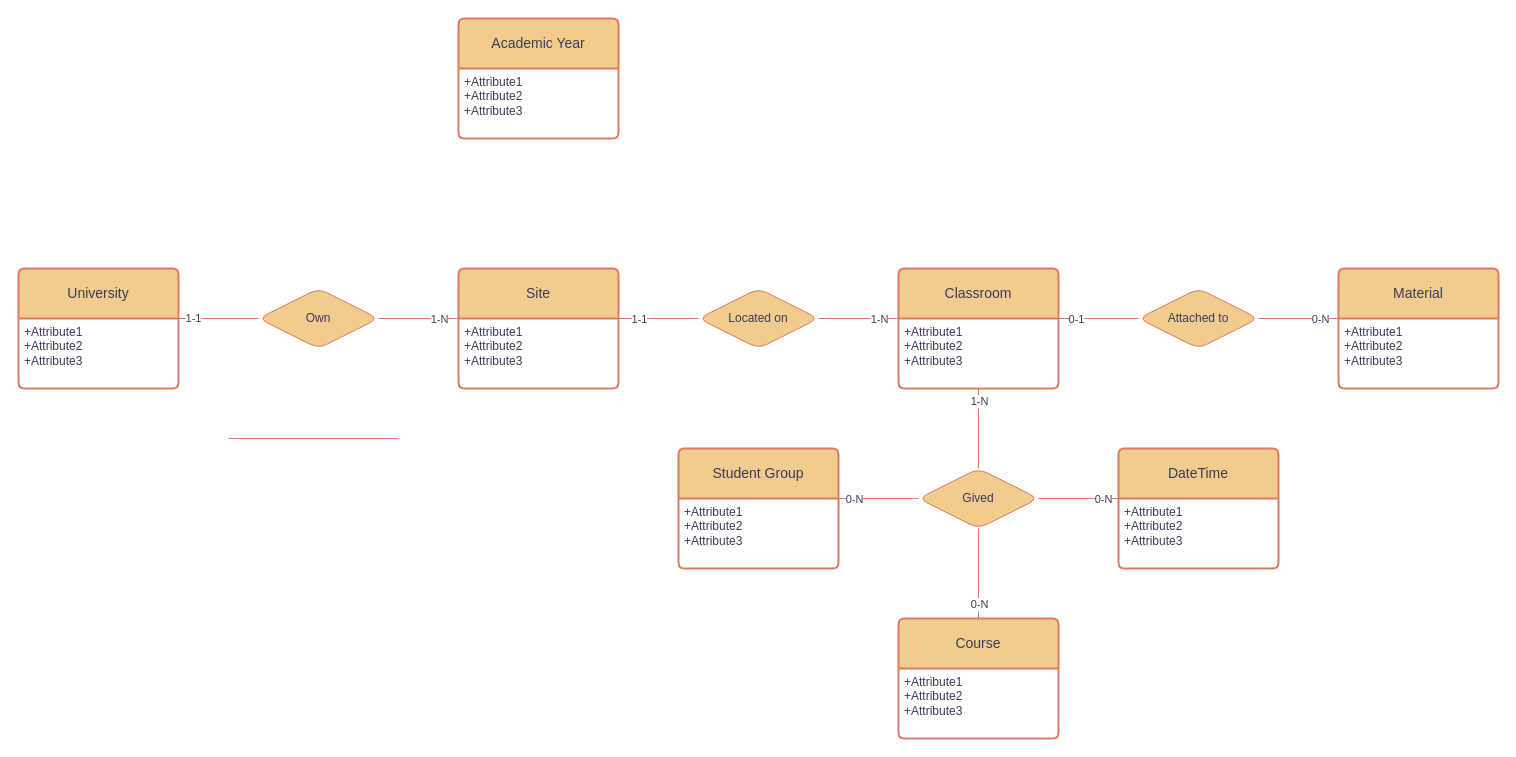
Earlier version of the draw.io diagram EA_Diagram.drawio (fratjo/Calempus360). Source tidied: cells renumbered, new cells numbered last; positions are measured from the earlier drawing's top-left corner, leaving out a move shared by most shapes. Both pictures are drawn from the tidied source at 100%, with x=0, y=0 at pixel (18, 18).
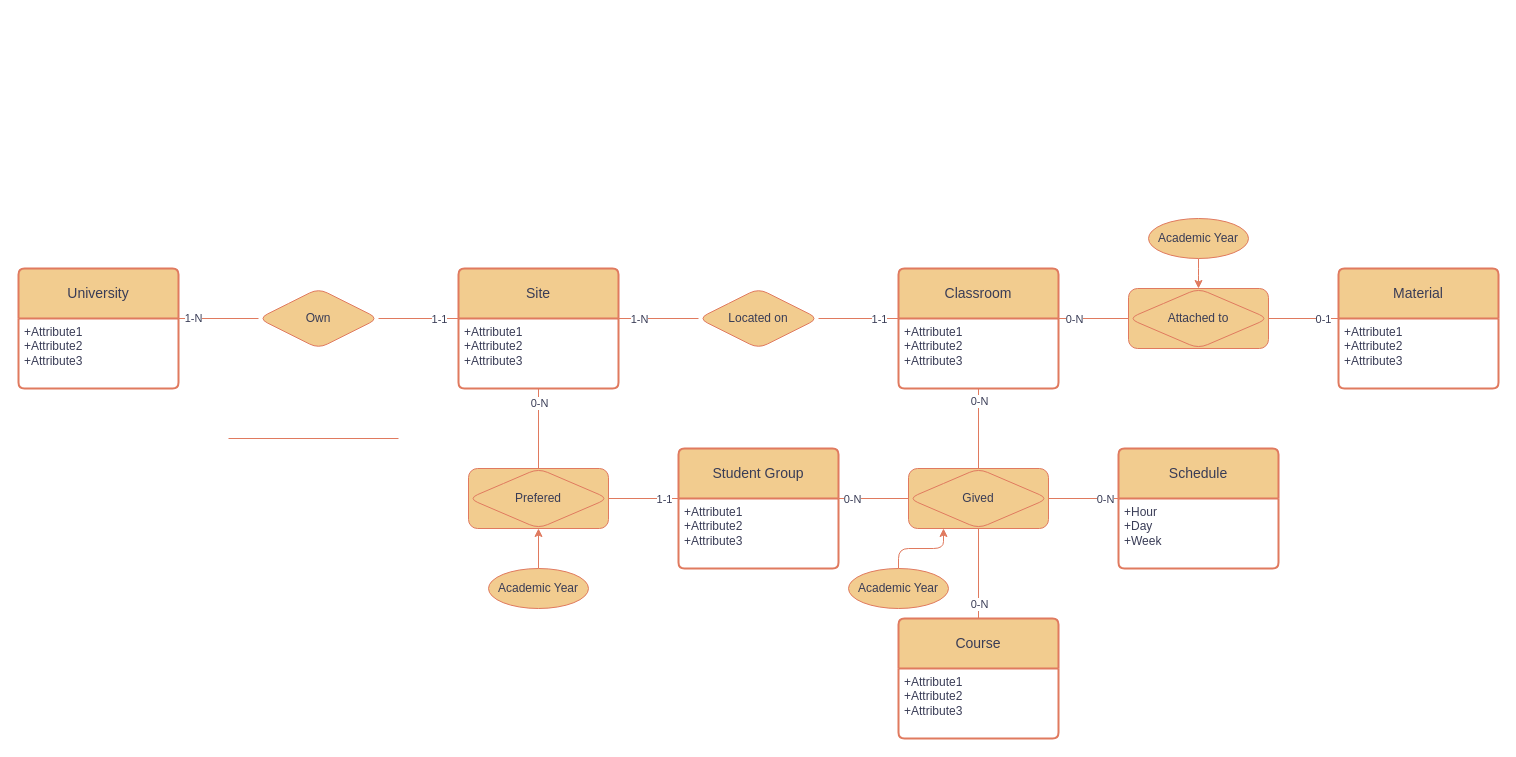
After the change.

Commit message:
Added Acad Year

The change refers to these unchanged cells:
```xml
<mxCell id="6" value="+Attribute1&#10;+Attribute2&#10;+Attribute3" style="align=left;strokeColor=none;fillColor=none;spacingLeft=4;fontSize=12;verticalAlign=top;html=1;labelBackgroundColor=none;fontColor=#393C56;rounded=1;" parent="5" vertex="1">
  <mxGeometry y="50" width="160" height="70" as="geometry" />
</mxCell>
<mxCell id="10" value="+Attribute1&#10;+Attribute2&#10;+Attribute3" style="align=left;strokeColor=none;fillColor=none;spacingLeft=4;fontSize=12;verticalAlign=top;html=1;labelBackgroundColor=none;fontColor=#393C56;rounded=1;" parent="9" vertex="1">
  <mxGeometry y="50" width="160" height="70" as="geometry" />
</mxCell>
<mxCell id="21" style="endArrow=none;html=1;rounded=0;strokeColor=#E07A5F;fontColor=#393C56;fillColor=#F2CC8F;exitX=0;exitY=0.5;exitDx=0;exitDy=0;entryX=1;entryY=0;entryDx=0;entryDy=0;" parent="1" edge="1" source="2" target="4">
  <mxGeometry relative="1" as="geometry" />
</mxCell>
<mxCell id="23" style="endArrow=none;html=1;rounded=0;strokeColor=#E07A5F;fontColor=#393C56;fillColor=#F2CC8F;exitX=1;exitY=0.5;exitDx=0;exitDy=0;entryX=0;entryY=0;entryDx=0;entryDy=0;" parent="1" edge="1" source="2" target="6">
  <mxGeometry relative="1" as="geometry" />
</mxCell>
<mxCell id="27" style="endArrow=none;html=1;rounded=0;strokeColor=#E07A5F;fontColor=#393C56;fillColor=#F2CC8F;exitX=1;exitY=0.5;exitDx=0;exitDy=0;entryX=0;entryY=0;entryDx=0;entryDy=0;" parent="1" edge="1" source="19" target="12">
  <mxGeometry relative="1" as="geometry" />
</mxCell>
<mxCell id="29" style="endArrow=none;html=1;rounded=0;strokeColor=#E07A5F;fontColor=#393C56;fillColor=#F2CC8F;exitX=0;exitY=0.5;exitDx=0;exitDy=0;entryX=1;entryY=0;entryDx=0;entryDy=0;" parent="1" edge="1" source="19" target="8">
  <mxGeometry relative="1" as="geometry" />
</mxCell>
<mxCell id="31" style="endArrow=none;html=1;rounded=0;strokeColor=#E07A5F;fontColor=#393C56;fillColor=#F2CC8F;exitX=1;exitY=0.5;exitDx=0;exitDy=0;entryX=0;entryY=0;entryDx=0;entryDy=0;" parent="1" edge="1" source="17" target="8">
  <mxGeometry relative="1" as="geometry" />
</mxCell>
<mxCell id="33" style="endArrow=none;html=1;rounded=0;strokeColor=#E07A5F;fontColor=#393C56;fillColor=#F2CC8F;exitX=0;exitY=0.5;exitDx=0;exitDy=0;entryX=1;entryY=0;entryDx=0;entryDy=0;" parent="1" edge="1" source="17" target="6">
  <mxGeometry relative="1" as="geometry" />
</mxCell>
<mxCell id="41" style="endArrow=none;html=1;rounded=0;strokeColor=#E07A5F;fontColor=#393C56;fillColor=#F2CC8F;entryX=0.5;entryY=0;entryDx=0;entryDy=0;exitX=0.5;exitY=1;exitDx=0;exitDy=0;" parent="1" edge="1" source="8" target="18">
  <mxGeometry relative="1" as="geometry" />
</mxCell>
```

Diff of the diagram source:
```diff
@@
-    <mxCell id="15" value="Academic Year" style="swimlane;horizontal=1;startSize=50;rounded=1;fontSize=14;fontStyle=0;strokeWidth=2;shadow=0;dashed=0;align=center;arcSize=4;whiteSpace=wrap;html=1;labelBackgroundColor=none;fillColor=#F2CC8F;strokeColor=#E07A5F;fontColor=#393C56;" parent="1" vertex="1">
-      <mxGeometry x="440" width="160" height="120" as="geometry" />
-    </mxCell>
-    <mxCell id="16" value="+Attribute1&#10;+Attribute2&#10;+Attribute3" style="align=left;strokeColor=none;fillColor=none;spacingLeft=4;fontSize=12;verticalAlign=top;html=1;labelBackgroundColor=none;fontColor=#393C56;rounded=1;" parent="15" vertex="1">
-      <mxGeometry y="50" width="160" height="70" as="geometry" />
-    </mxCell>
@@
-    <mxCell id="18" value="Gived" style="shape=rhombus;perimeter=rhombusPerimeter;whiteSpace=wrap;html=1;align=center;labelBackgroundColor=none;fillColor=#F2CC8F;strokeColor=#E07A5F;fontColor=#393C56;rounded=1;" parent="1" vertex="1">
-      <mxGeometry x="900" y="450" width="120" height="60" as="geometry" />
-    </mxCell>
-    <mxCell id="19" value="Attached to" style="shape=rhombus;perimeter=rhombusPerimeter;whiteSpace=wrap;html=1;align=center;labelBackgroundColor=none;fillColor=#F2CC8F;strokeColor=#E07A5F;fontColor=#393C56;rounded=1;" parent="1" vertex="1">
-      <mxGeometry x="1120" y="270" width="120" height="60" as="geometry" />
-    </mxCell>
@@
-    <mxCell id="22" value="1-1" style="edgeLabel;html=1;align=center;verticalAlign=middle;fontColor=#393C56;" parent="21" vertex="1">
+    <mxCell id="22" value="1-N" style="edgeLabel;html=1;align=center;verticalAlign=middle;fontColor=#393C56;" parent="21" vertex="1">
       <mxGeometry x="0.65" y="-1" relative="1" as="geometry" />
     </mxCell>
@@
-    <mxCell id="24" value="1-N" style="edgeLabel;html=1;align=center;verticalAlign=middle;fontColor=#393C56;" parent="23" vertex="1">
+    <mxCell id="24" value="1-1" style="edgeLabel;html=1;align=center;verticalAlign=middle;fontColor=#393C56;" parent="23" vertex="1">
       <mxGeometry x="0.7" y="-2" relative="1" as="geometry">
         <mxPoint x="-8" y="-2" as="offset" />
       </mxGeometry>
     </mxCell>
@@
-    <mxCell id="28" value="0-N" style="edgeLabel;html=1;align=center;verticalAlign=middle;fontColor=#393C56;" parent="27" vertex="1">
+    <mxCell id="28" value="0-1" style="edgeLabel;html=1;align=center;verticalAlign=middle;fontColor=#393C56;" parent="27" vertex="1">
       <mxGeometry x="0.53" relative="1" as="geometry" />
     </mxCell>
@@
-    <mxCell id="30" value="0-1" style="edgeLabel;html=1;align=center;verticalAlign=middle;fontColor=#393C56;" parent="29" vertex="1">
+    <mxCell id="30" value="0-N" style="edgeLabel;html=1;align=center;verticalAlign=middle;fontColor=#393C56;" parent="29" vertex="1">
       <mxGeometry x="0.57" y="1" relative="1" as="geometry">
         <mxPoint y="-1" as="offset" />
       </mxGeometry>
     </mxCell>
@@
-    <mxCell id="32" value="1-N" style="edgeLabel;html=1;align=center;verticalAlign=middle;fontColor=#393C56;" parent="31" vertex="1">
+    <mxCell id="32" value="1-1" style="edgeLabel;html=1;align=center;verticalAlign=middle;fontColor=#393C56;" parent="31" vertex="1">
       <mxGeometry x="0.7" y="2" relative="1" as="geometry">
         <mxPoint x="-8" y="2" as="offset" />
       </mxGeometry>
     </mxCell>
@@
-    <mxCell id="34" value="1-1" style="edgeLabel;html=1;align=center;verticalAlign=middle;fontColor=#393C56;" parent="33" vertex="1">
+    <mxCell id="34" value="1-N" style="edgeLabel;html=1;align=center;verticalAlign=middle;fontColor=#393C56;" parent="33" vertex="1">
       <mxGeometry x="0.72" y="1" relative="1" as="geometry">
         <mxPoint x="9" y="-1" as="offset" />
       </mxGeometry>
     </mxCell>
-    <mxCell id="35" value="DateTime" style="swimlane;horizontal=1;startSize=50;rounded=1;fontSize=14;fontStyle=0;strokeWidth=2;shadow=0;dashed=0;align=center;arcSize=4;whiteSpace=wrap;html=1;labelBackgroundColor=none;fillColor=#F2CC8F;strokeColor=#E07A5F;fontColor=#393C56;" parent="1" vertex="1">
+    <mxCell id="35" value="Schedule" style="swimlane;horizontal=1;startSize=50;rounded=1;fontSize=14;fontStyle=0;strokeWidth=2;shadow=0;dashed=0;align=center;arcSize=4;whiteSpace=wrap;html=1;labelBackgroundColor=none;fillColor=#F2CC8F;strokeColor=#E07A5F;fontColor=#393C56;" parent="1" vertex="1">
       <mxGeometry x="1100" y="430" width="160" height="120" as="geometry" />
     </mxCell>
-    <mxCell id="36" value="+Attribute1&#10;+Attribute2&#10;+Attribute3" style="align=left;strokeColor=none;fillColor=none;spacingLeft=4;fontSize=12;verticalAlign=top;html=1;labelBackgroundColor=none;fontColor=#393C56;rounded=1;" parent="35" vertex="1">
+    <mxCell id="36" value="+Hour&lt;br&gt;+Day&lt;br&gt;+Week" style="align=left;strokeColor=none;fillColor=none;spacingLeft=4;fontSize=12;verticalAlign=top;html=1;labelBackgroundColor=none;fontColor=#393C56;rounded=1;" parent="35" vertex="1">
       <mxGeometry y="50" width="160" height="70" as="geometry" />
     </mxCell>
@@
-    <mxCell id="42" value="1-N" style="edgeLabel;html=1;align=center;verticalAlign=middle;fontColor=#393C56;" parent="41" vertex="1">
+    <mxCell id="42" value="0-N" style="edgeLabel;html=1;align=center;verticalAlign=middle;fontColor=#393C56;" parent="41" vertex="1">
       <mxGeometry x="-0.7" relative="1" as="geometry" />
     </mxCell>
+    <mxCell id="43" style="endArrow=none;html=1;rounded=0;strokeColor=#E07A5F;fontColor=#393C56;fillColor=#F2CC8F;entryX=0.5;entryY=0;entryDx=0;entryDy=0;exitX=0.5;exitY=1;exitDx=0;exitDy=0;" parent="1" edge="1" source="6" target="47">
+      <mxGeometry relative="1" as="geometry" />
+    </mxCell>
+    <mxCell id="44" value="0-N" style="edgeLabel;html=1;align=center;verticalAlign=middle;fontColor=#393C56;" parent="43" vertex="1">
+      <mxGeometry x="-0.65" relative="1" as="geometry" />
+    </mxCell>
+    <mxCell id="45" style="endArrow=none;html=1;rounded=0;strokeColor=#E07A5F;fontColor=#393C56;fillColor=#F2CC8F;entryX=0;entryY=0;entryDx=0;entryDy=0;exitX=1;exitY=0.5;exitDx=0;exitDy=0;" parent="1" edge="1" source="47" target="10">
+      <mxGeometry relative="1" as="geometry" />
+    </mxCell>
+    <mxCell id="46" value="1-1" style="edgeLabel;html=1;align=center;verticalAlign=middle;fontColor=#393C56;" parent="45" vertex="1">
+      <mxGeometry x="0.57" relative="1" as="geometry" />
+    </mxCell>
+    <mxCell id="47" value="Prefered" style="shape=associativeEntity;whiteSpace=wrap;html=1;align=center;rounded=1;strokeColor=#E07A5F;fontColor=#393C56;fillColor=#F2CC8F;" parent="1" vertex="1">
+      <mxGeometry x="450" y="450" width="140" height="60" as="geometry" />
+    </mxCell>
+    <mxCell id="19" value="Attached to" style="shape=associativeEntity;whiteSpace=wrap;html=1;align=center;rounded=1;strokeColor=#E07A5F;fontColor=#393C56;fillColor=#F2CC8F;" parent="1" vertex="1">
+      <mxGeometry x="1110" y="270" width="140" height="60" as="geometry" />
+    </mxCell>
+    <mxCell id="48" style="edgeStyle=orthogonalEdgeStyle;rounded=1;jettySize=auto;html=1;strokeColor=#E07A5F;fontColor=#393C56;fillColor=#F2CC8F;" parent="1" edge="1" source="49" target="47">
+      <mxGeometry relative="1" as="geometry" />
+    </mxCell>
+    <mxCell id="49" value="Academic Year" style="ellipse;whiteSpace=wrap;html=1;align=center;rounded=1;strokeColor=#E07A5F;fontColor=#393C56;fillColor=#F2CC8F;" parent="1" vertex="1">
+      <mxGeometry x="470" y="550" width="100" height="40" as="geometry" />
+    </mxCell>
+    <mxCell id="50" style="edgeStyle=orthogonalEdgeStyle;rounded=1;jettySize=auto;html=1;strokeColor=#E07A5F;fontColor=#393C56;fillColor=#F2CC8F;" parent="1" edge="1" source="51" target="19">
+      <mxGeometry relative="1" as="geometry" />
+    </mxCell>
+    <mxCell id="51" value="Academic Year" style="ellipse;whiteSpace=wrap;html=1;align=center;rounded=1;strokeColor=#E07A5F;fontColor=#393C56;fillColor=#F2CC8F;" parent="1" vertex="1">
+      <mxGeometry x="1130" y="200" width="100" height="40" as="geometry" />
+    </mxCell>
+    <mxCell id="18" value="Gived" style="shape=associativeEntity;whiteSpace=wrap;html=1;align=center;rounded=1;strokeColor=#E07A5F;fontColor=#393C56;fillColor=#F2CC8F;" parent="1" vertex="1">
+      <mxGeometry x="890" y="450" width="140" height="60" as="geometry" />
+    </mxCell>
+    <mxCell id="52" style="edgeStyle=orthogonalEdgeStyle;rounded=1;jettySize=auto;html=1;strokeColor=#E07A5F;fontColor=#393C56;fillColor=#F2CC8F;entryX=0.25;entryY=1;entryDx=0;entryDy=0;" parent="1" edge="1" source="53" target="18">
+      <mxGeometry relative="1" as="geometry" />
+    </mxCell>
+    <mxCell id="53" value="Academic Year" style="ellipse;whiteSpace=wrap;html=1;align=center;rounded=1;strokeColor=#E07A5F;fontColor=#393C56;fillColor=#F2CC8F;" parent="1" vertex="1">
+      <mxGeometry x="830" y="550" width="100" height="40" as="geometry" />
+    </mxCell>
```
